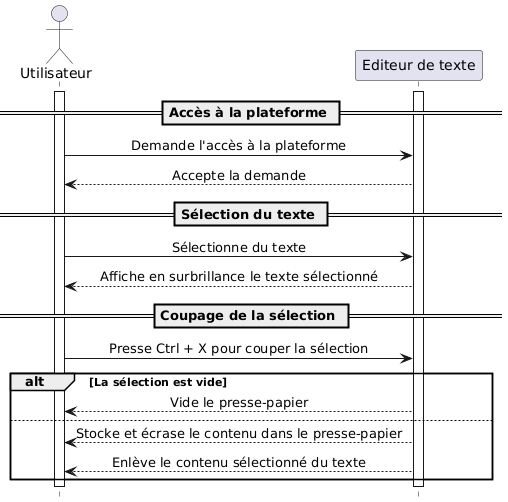
The PlantUML diagram V1/conception/diagramme-sequence/sequence-couper/couper.png in AquaBx/text-editor, before a commit.
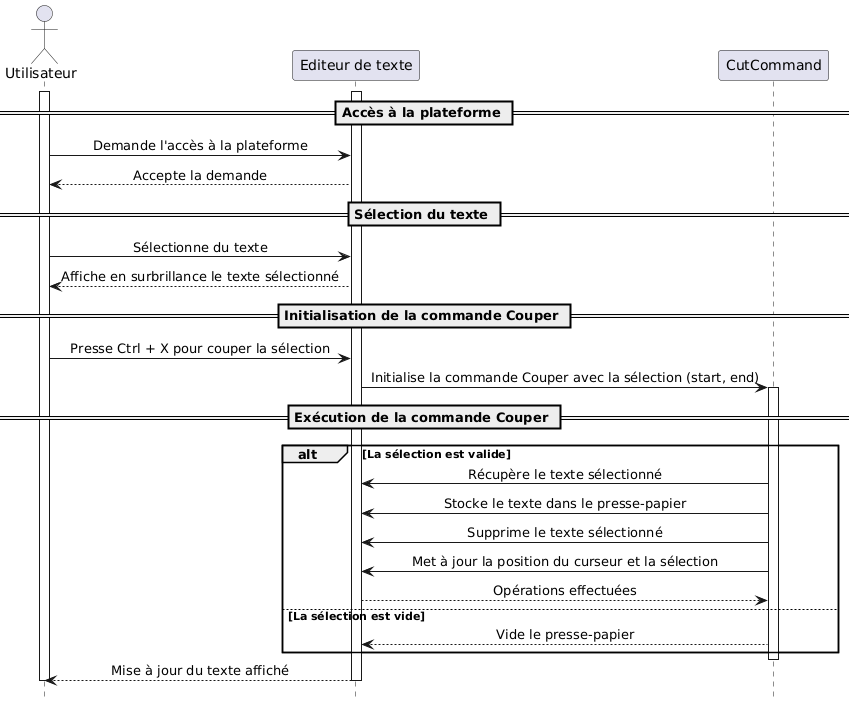
The same file after the commit.

Commit message:
redac cr + diagramme de séquence pour couper du texte

Change to the diagram source:
```diff
@@ -4,6 +4,7 @@
 
 actor Utilisateur
 participant "Editeur de texte"
+participant "CutCommand"
 
 activate Utilisateur
 activate "Editeur de texte"
@@ -18,15 +19,26 @@
 Utilisateur -> "Editeur de texte": Sélectionne du texte
 Utilisateur <-- "Editeur de texte": Affiche en surbrillance le texte sélectionné
 
-== Coupage de la sélection ==
+== Initialisation de la commande Couper ==
 
 Utilisateur -> "Editeur de texte": Presse Ctrl + X pour couper la sélection
-alt La sélection est vide
-Utilisateur <-- "Editeur de texte": Vide le presse-papier
-else
-Utilisateur <-- "Editeur de texte": Stocke et écrase le contenu dans le presse-papier
-Utilisateur <-- "Editeur de texte": Enlève le contenu sélectionné du texte
+"Editeur de texte" -> "CutCommand": Initialise la commande Couper avec la sélection (start, end)
+
+== Exécution de la commande Couper ==
+
+activate "CutCommand"
+alt La sélection est valide
+    "CutCommand" -> "Editeur de texte": Récupère le texte sélectionné
+    "CutCommand" -> "Editeur de texte": Stocke le texte dans le presse-papier
+    "CutCommand" -> "Editeur de texte": Supprime le texte sélectionné
+    "CutCommand" -> "Editeur de texte": Met à jour la position du curseur et la sélection
+    "CutCommand" <-- "Editeur de texte": Opérations effectuées
+else La sélection est vide
+    "Editeur de texte" <-- "CutCommand": Vide le presse-papier
 end
+deactivate "CutCommand"
+
+Utilisateur <-- "Editeur de texte": Mise à jour du texte affiché
 
 deactivate Utilisateur
 deactivate "Editeur de texte"
```
